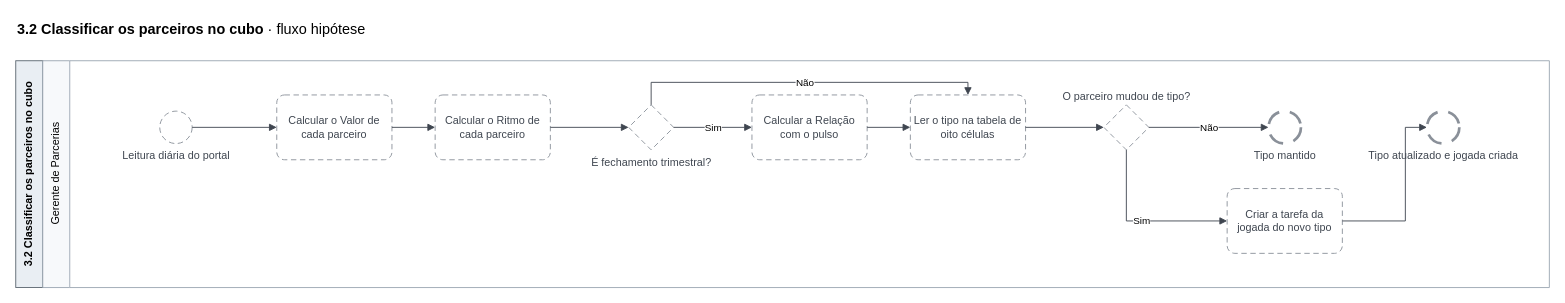
Guilherme-MFaccin/Wise-Partners keeps this draw.io diagram as page "3.2 Classificar os parceiros no cubo" (5 of 15) of mapeamentos/wise-partners-to-be/saidas/mapa.drawio. Above is the earlier version. Source tidied: cells renumbered, new cells numbered last; positions are measured from the earlier drawing's top-left corner, leaving out a move shared by most shapes. Both pictures are drawn from the tidied source at 90%, with x=0, y=0 at pixel (15, 15).
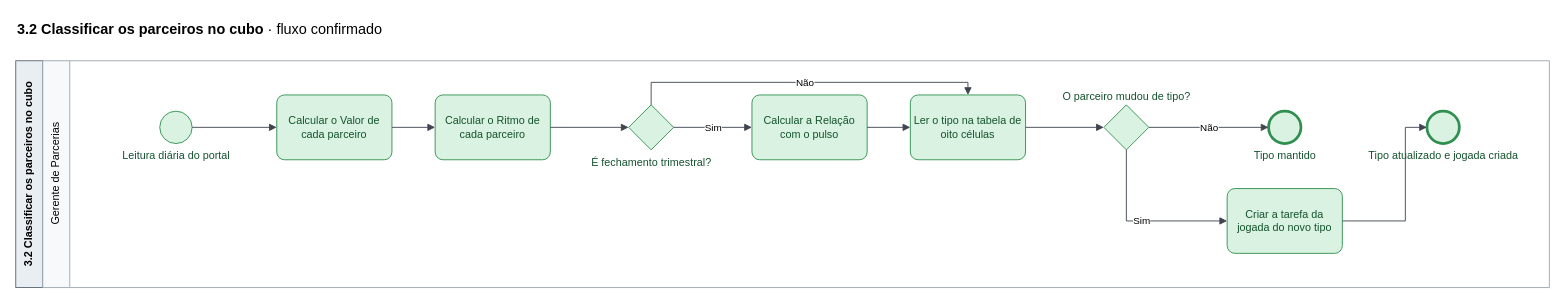
After the change.

Change to the diagram source:
```diff
@@
-    <mxCell id="2" value="&lt;b&gt;3.2 Classificar os parceiros no cubo&lt;/b&gt;  ·  fluxo hipótese" style="text;html=1;fontSize=16;align=left;verticalAlign=middle;strokeColor=none;fillColor=none;" parent="1" vertex="1">
-      <mxGeometry width="700" height="30" as="geometry" />
-    </mxCell>
+    <mxCell id="25" value="&lt;b&gt;3.2 Classificar os parceiros no cubo&lt;/b&gt;  ·  fluxo confirmado" style="text;html=1;fontSize=16;align=left;verticalAlign=middle;strokeColor=none;fillColor=none;" parent="1" vertex="1">
+      <mxGeometry width="700" height="30" as="geometry" />
+    </mxCell>
@@
-    <mxCell id="5" value="Leitura diária do portal" style="ellipse;html=1;fillColor=#FFFFFF;strokeColor=#8A9099;fontColor=#3F4650;dashed=1;dashPattern=6 4;verticalLabelPosition=bottom;verticalAlign=top;labelPosition=center;align=center;" parent="1" vertex="1">
+    <mxCell id="5" value="Leitura diária do portal" style="ellipse;html=1;fillColor=#D9F2E1;strokeColor=#2F8F4E;fontColor=#14532D;verticalLabelPosition=bottom;verticalAlign=top;labelPosition=center;align=center;" parent="1" vertex="1">
       <mxGeometry x="160" y="106" width="36" height="36" as="geometry" />
     </mxCell>
-    <mxCell id="6" value="Calcular o Valor de cada parceiro" style="rounded=1;whiteSpace=wrap;html=1;arcSize=12;fillColor=#FFFFFF;strokeColor=#8A9099;fontColor=#3F4650;dashed=1;dashPattern=6 4;" parent="1" vertex="1">
+    <mxCell id="6" value="Calcular o Valor de cada parceiro" style="rounded=1;whiteSpace=wrap;html=1;arcSize=12;fillColor=#D9F2E1;strokeColor=#2F8F4E;fontColor=#14532D;" parent="1" vertex="1">
       <mxGeometry x="290" y="88" width="128" height="72" as="geometry" />
     </mxCell>
-    <mxCell id="7" value="Calcular o Ritmo de cada parceiro" style="rounded=1;whiteSpace=wrap;html=1;arcSize=12;fillColor=#FFFFFF;strokeColor=#8A9099;fontColor=#3F4650;dashed=1;dashPattern=6 4;" parent="1" vertex="1">
+    <mxCell id="7" value="Calcular o Ritmo de cada parceiro" style="rounded=1;whiteSpace=wrap;html=1;arcSize=12;fillColor=#D9F2E1;strokeColor=#2F8F4E;fontColor=#14532D;" parent="1" vertex="1">
       <mxGeometry x="466" y="88" width="128" height="72" as="geometry" />
     </mxCell>
-    <mxCell id="8" value="É fechamento trimestral?" style="rhombus;html=1;fillColor=#FFFFFF;strokeColor=#8A9099;fontColor=#3F4650;dashed=1;dashPattern=6 4;verticalLabelPosition=bottom;verticalAlign=top;labelPosition=center;align=center;" parent="1" vertex="1">
+    <mxCell id="8" value="É fechamento trimestral?" style="rhombus;html=1;fillColor=#D9F2E1;strokeColor=#2F8F4E;fontColor=#14532D;verticalLabelPosition=bottom;verticalAlign=top;labelPosition=center;align=center;" parent="1" vertex="1">
       <mxGeometry x="681" y="99" width="50" height="50" as="geometry" />
     </mxCell>
-    <mxCell id="9" value="Calcular a Relação com o pulso" style="rounded=1;whiteSpace=wrap;html=1;arcSize=12;fillColor=#FFFFFF;strokeColor=#8A9099;fontColor=#3F4650;dashed=1;dashPattern=6 4;" parent="1" vertex="1">
+    <mxCell id="9" value="Calcular a Relação com o pulso" style="rounded=1;whiteSpace=wrap;html=1;arcSize=12;fillColor=#D9F2E1;strokeColor=#2F8F4E;fontColor=#14532D;" parent="1" vertex="1">
       <mxGeometry x="818" y="88" width="128" height="72" as="geometry" />
     </mxCell>
-    <mxCell id="10" value="Ler o tipo na tabela de oito células" style="rounded=1;whiteSpace=wrap;html=1;arcSize=12;fillColor=#FFFFFF;strokeColor=#8A9099;fontColor=#3F4650;dashed=1;dashPattern=6 4;" parent="1" vertex="1">
+    <mxCell id="10" value="Ler o tipo na tabela de oito células" style="rounded=1;whiteSpace=wrap;html=1;arcSize=12;fillColor=#D9F2E1;strokeColor=#2F8F4E;fontColor=#14532D;" parent="1" vertex="1">
       <mxGeometry x="994" y="88" width="128" height="72" as="geometry" />
     </mxCell>
-    <mxCell id="11" value="O parceiro mudou de tipo?" style="rhombus;html=1;fillColor=#FFFFFF;strokeColor=#8A9099;fontColor=#3F4650;dashed=1;dashPattern=6 4;verticalLabelPosition=top;verticalAlign=bottom;labelPosition=center;align=center;" parent="1" vertex="1">
+    <mxCell id="11" value="O parceiro mudou de tipo?" style="rhombus;html=1;fillColor=#D9F2E1;strokeColor=#2F8F4E;fontColor=#14532D;verticalLabelPosition=top;verticalAlign=bottom;labelPosition=center;align=center;" parent="1" vertex="1">
       <mxGeometry x="1209" y="99" width="50" height="50" as="geometry" />
     </mxCell>
-    <mxCell id="12" value="Criar a tarefa da jogada do novo tipo" style="rounded=1;whiteSpace=wrap;html=1;arcSize=12;fillColor=#FFFFFF;strokeColor=#8A9099;fontColor=#3F4650;dashed=1;dashPattern=6 4;" parent="1" vertex="1">
+    <mxCell id="12" value="Criar a tarefa da jogada do novo tipo" style="rounded=1;whiteSpace=wrap;html=1;arcSize=12;fillColor=#D9F2E1;strokeColor=#2F8F4E;fontColor=#14532D;" parent="1" vertex="1">
       <mxGeometry x="1346" y="192" width="128" height="72" as="geometry" />
     </mxCell>
-    <mxCell id="13" value="Tipo mantido" style="ellipse;html=1;strokeWidth=3;fillColor=#FFFFFF;strokeColor=#8A9099;fontColor=#3F4650;dashed=1;dashPattern=6 4;verticalLabelPosition=bottom;verticalAlign=top;labelPosition=center;align=center;" parent="1" vertex="1">
+    <mxCell id="13" value="Tipo mantido" style="ellipse;html=1;strokeWidth=3;fillColor=#D9F2E1;strokeColor=#2F8F4E;fontColor=#14532D;verticalLabelPosition=bottom;verticalAlign=top;labelPosition=center;align=center;" parent="1" vertex="1">
       <mxGeometry x="1392" y="106" width="36" height="36" as="geometry" />
     </mxCell>
-    <mxCell id="14" value="Tipo atualizado e jogada criada" style="ellipse;html=1;strokeWidth=3;fillColor=#FFFFFF;strokeColor=#8A9099;fontColor=#3F4650;dashed=1;dashPattern=6 4;verticalLabelPosition=bottom;verticalAlign=top;labelPosition=center;align=center;" parent="1" vertex="1">
+    <mxCell id="14" value="Tipo atualizado e jogada criada" style="ellipse;html=1;strokeWidth=3;fillColor=#D9F2E1;strokeColor=#2F8F4E;fontColor=#14532D;verticalLabelPosition=bottom;verticalAlign=top;labelPosition=center;align=center;" parent="1" vertex="1">
       <mxGeometry x="1568" y="106" width="36" height="36" as="geometry" />
     </mxCell>
```
